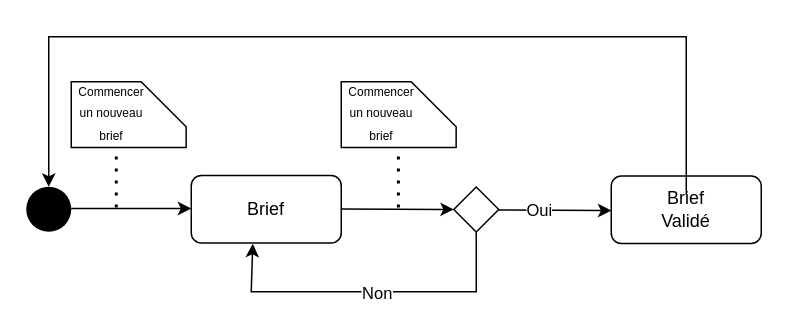
This is Brief 2/Diagramme d'état transition brief.drawio from ELMESKINEAnas/Uml, a draw.io file, before an edit. Source tidied: cells renumbered, new cells numbered last; positions are measured from the earlier drawing's top-left corner, leaving out a move shared by most shapes. Both pictures are drawn from the tidied source at 150%, with x=0, y=0 at pixel (26, 36).
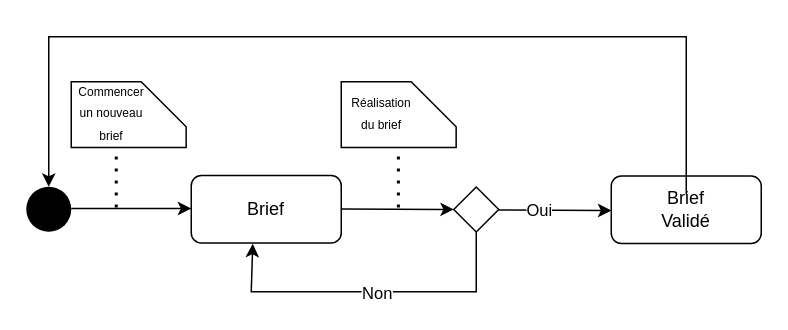
Above is the later version.

Unchanged cells that the change refers to:
```xml
<mxCell id="19" style="group;" parent="1" vertex="1">
  <mxGeometry x="210" y="30" width="76.6" height="43.8" as="geometry" />
</mxCell>
```

What changed in the source:
```diff
@@
-    <mxCell id="21" value="&lt;font style=&quot;font-size: 8px&quot;&gt;Commencer un nouveau brief&lt;/font&gt;" style="text;html=1;strokeColor=none;fillColor=none;align=center;verticalAlign=middle;whiteSpace=wrap;rounded=0;" parent="19" vertex="1">
+    <mxCell id="21" value="&lt;font style=&quot;font-size: 8px&quot;&gt;Réalisation du brief&lt;/font&gt;" style="text;html=1;strokeColor=none;fillColor=none;align=center;verticalAlign=middle;whiteSpace=wrap;rounded=0;" parent="19" vertex="1">
       <mxGeometry x="1.9" y="10" width="50" height="20" as="geometry" />
     </mxCell>
```
